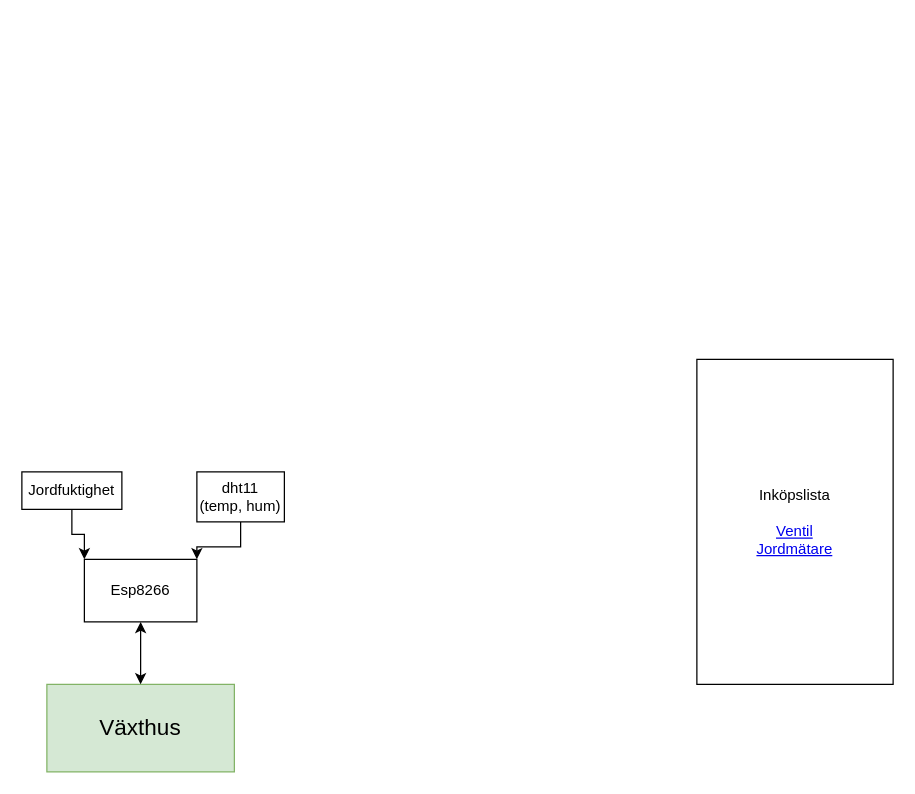
The draw.io diagram Namnlöst diagram.drawio in hgOscNor/W-xter-s, before the edit. Source tidied: cells renumbered, new cells numbered last; positions are measured from the earlier drawing's top-left corner, leaving out a move shared by most shapes. Both pictures are drawn from the tidied source at 125%, with x=0, y=0 at pixel (21, 359).
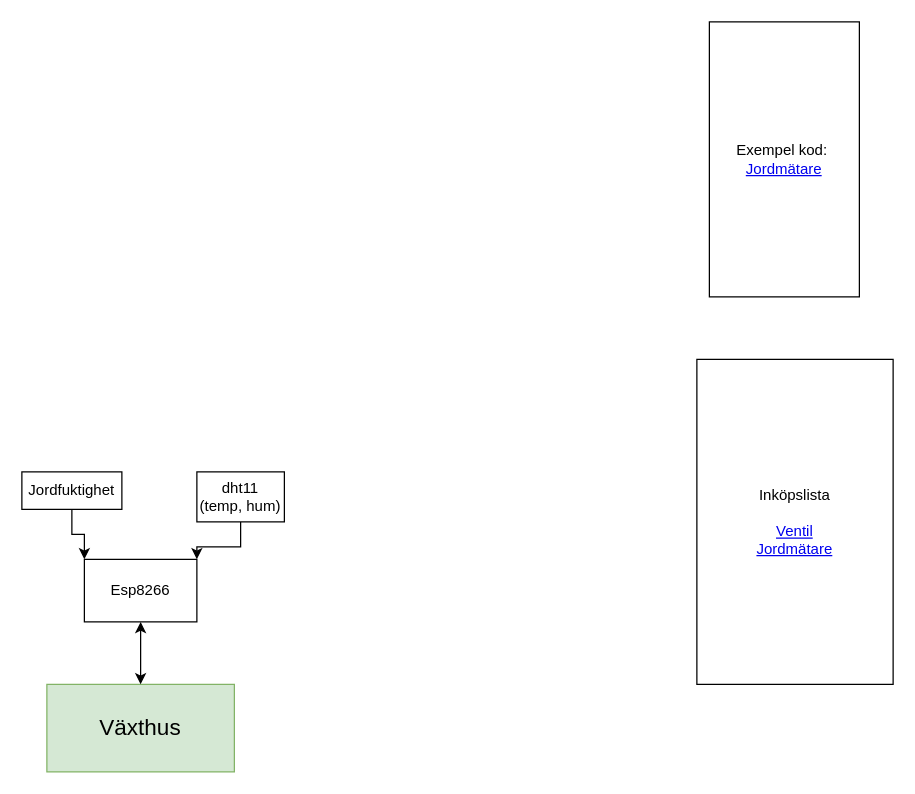
After the change.

What changed in the source:
```diff
@@
 <mxGraphModel>
   <root>
     <mxCell id="0" />
     <mxCell id="1" parent="0" />
     <mxCell id="2" value="&lt;font style=&quot;font-size: 18px;&quot;&gt;Växthus&lt;/font&gt;" style="rounded=0;whiteSpace=wrap;html=1;fillColor=#d5e8d4;strokeColor=#82b366;" parent="1" vertex="1">
       <mxGeometry x="20" y="260" width="150" height="70" as="geometry" />
     </mxCell>
     <mxCell id="3" value="Esp8266" style="rounded=0;whiteSpace=wrap;html=1;" parent="1" vertex="1">
       <mxGeometry x="50" y="160" width="90" height="50" as="geometry" />
     </mxCell>
     <mxCell id="4" style="endArrow=classic;startArrow=classic;html=1;rounded=0;exitX=0.5;exitY=0;exitDx=0;exitDy=0;entryX=0.5;entryY=1;entryDx=0;entryDy=0;" parent="1" edge="1" source="2" target="3">
       <mxGeometry relative="1" as="geometry" />
     </mxCell>
     <mxCell id="5" style="edgeStyle=orthogonalEdgeStyle;rounded=0;jettySize=auto;html=1;entryX=1;entryY=0;entryDx=0;entryDy=0;" parent="1" edge="1" source="6" target="3">
       <mxGeometry relative="1" as="geometry" />
     </mxCell>
     <mxCell id="6" value="&lt;div&gt;dht11&lt;/div&gt;&lt;div&gt;(temp, hum)&lt;br&gt;&lt;/div&gt;" style="rounded=0;whiteSpace=wrap;html=1;" parent="1" vertex="1">
       <mxGeometry x="140" y="90" width="70" height="40" as="geometry" />
     </mxCell>
     <mxCell id="7" style="edgeStyle=orthogonalEdgeStyle;rounded=0;jettySize=auto;html=1;entryX=0;entryY=0;entryDx=0;entryDy=0;" parent="1" edge="1" source="8" target="3">
       <mxGeometry relative="1" as="geometry" />
     </mxCell>
     <mxCell id="8" value="Jordfuktighet" style="rounded=0;whiteSpace=wrap;html=1;" parent="1" vertex="1">
       <mxGeometry y="90" width="80" height="30" as="geometry" />
     </mxCell>
     <mxCell id="9" value="Inköpslista&lt;div&gt;&lt;br&gt;&lt;/div&gt;&lt;div&gt;&lt;a href=&quot;https://www.biltema.se/bygg/vvs/sanitet-och-vatten/ventiler-vvs/minikulventiler-vvs/minikulventil-rak-12-x-12-2000061360&quot;&gt;Ventil&lt;/a&gt;&lt;/div&gt;&lt;div&gt;&lt;a href=&quot;https://www.electrokit.com/jordfuktighetssensor&quot;&gt;Jordmätare&lt;/a&gt;&lt;/div&gt;" style="rounded=0;whiteSpace=wrap;html=1;" parent="1" vertex="1">
       <mxGeometry x="540" width="157" height="260" as="geometry" />
     </mxCell>
+    <mxCell id="10" value="Exempel kod:&amp;nbsp;&lt;div&gt;&lt;a href=&quot;https://www.electronics360.org/how-to-use-fc-28-soil-moisture-sensor-module-with-arduino-uno-diy/&quot;&gt;Jordmätare&lt;/a&gt;&lt;/div&gt;" style="rounded=0;whiteSpace=wrap;html=1;" parent="1" vertex="1">
+      <mxGeometry x="550" y="-270" width="120" height="220" as="geometry" />
+    </mxCell>
   </root>
 </mxGraphModel>
```
